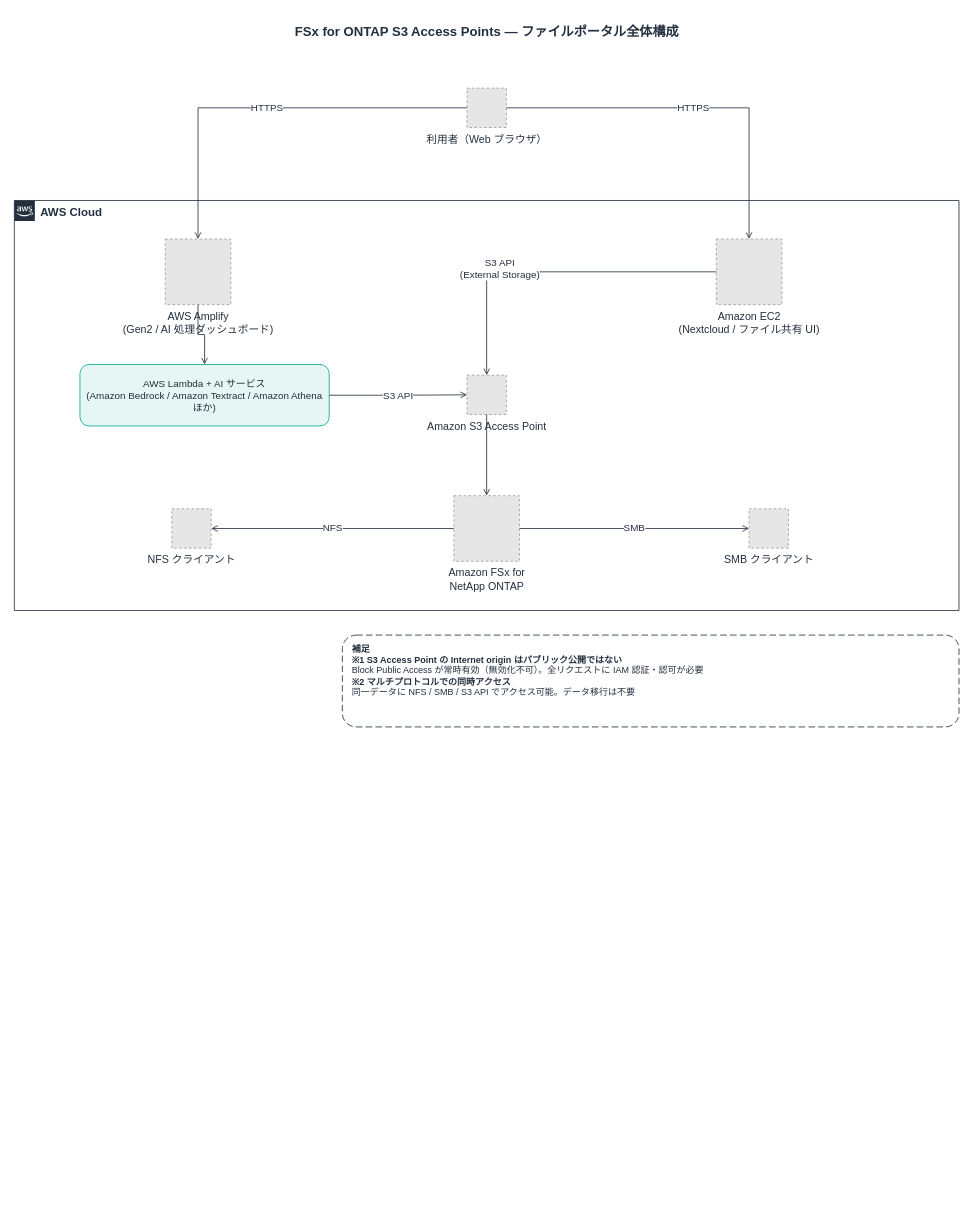
The draw.io diagram docs/diagrams/architecture-overview.drawio in Yoshiki0705/FSx-for-ONTAP-S3AccessPoints-Serverless-Patterns, before the edit. Source tidied: cells renumbered, new cells numbered last; positions are measured from the earlier drawing's top-left corner, leaving out a move shared by most shapes. Both pictures are drawn from the tidied source at 82%, with x=0, y=0 at pixel (14, 14). Pictures stored in the file or linked from it are replaced by grey dashed boxes.
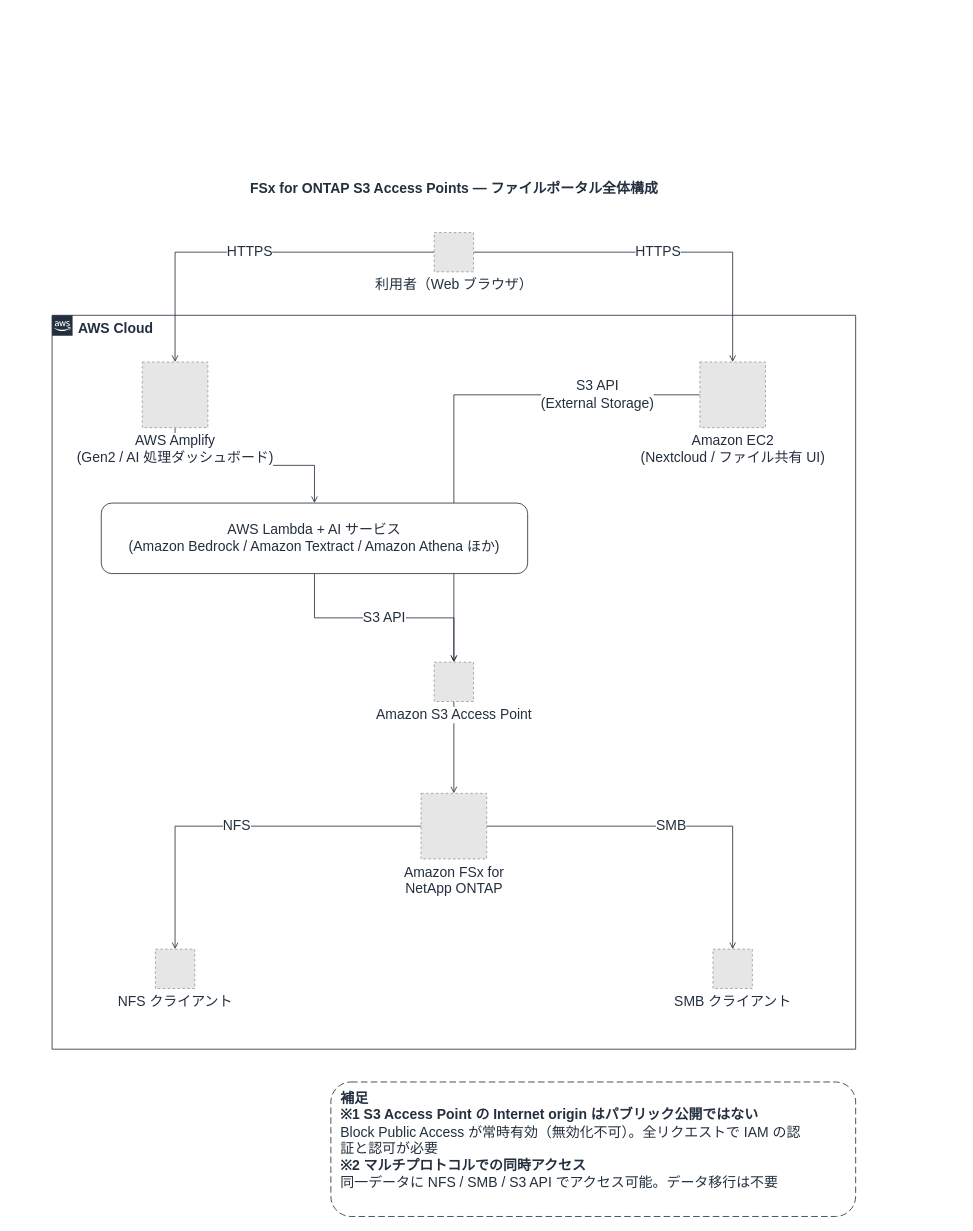
The same page after the edit.

The edit, as a diff of the source:
```diff
@@
-    <mxCell id="2" value="FSx for ONTAP S3 Access Points — ファイルポータル全体構成" style="text;html=1;align=center;verticalAlign=middle;fontSize=16;fontStyle=1;fontColor=#232F3E;" parent="1" vertex="1">
-      <mxGeometry width="1152" height="42" as="geometry" />
+    <mxCell id="2" value="FSx for ONTAP S3 Access Points — ファイルポータル全体構成" style="text;html=1;align=center;verticalAlign=middle;fontSize=17;fontStyle=1;fontColor=#232F3E;" parent="1" vertex="1">
+      <mxGeometry x="46" y="196" width="980" height="34" as="geometry" />
     </mxCell>
-    <mxCell id="3" value="利用者（Web ブラウザ）" style="fillColor=#E6E6E6;strokeColor=#999999;dashed=1;html=1;verticalLabelPosition=bottom;verticalAlign=top;labelPosition=center;align=center;fontSize=13;fontColor=#232F3E;" parent="1" vertex="1">
-      <mxGeometry x="552" y="90" width="48" height="48" as="geometry" />
-    </mxCell>
-    <mxCell id="4" value="AWS Cloud" style="gradientColor=none;html=1;whiteSpace=wrap;fontSize=14;fontStyle=1;shape=mxgraph.aws4.group;grIcon=mxgraph.aws4.group_aws_cloud_alt;strokeColor=#232F3E;fillColor=none;verticalAlign=top;align=left;spacingLeft=30;fontColor=#232F3E;dashed=0;" parent="1" vertex="1">
-      <mxGeometry y="227" width="1152" height="500" as="geometry" />
+    <mxCell id="4" value="AWS Cloud" style="gradientColor=none;html=1;whiteSpace=wrap;fontSize=17;fontStyle=1;shape=mxgraph.aws4.group;grIcon=mxgraph.aws4.group_aws_cloud_alt;strokeColor=#232F3E;fillColor=none;verticalAlign=top;align=left;spacingLeft=30;fontColor=#232F3E;dashed=0;" parent="1" vertex="1">
+      <mxGeometry x="46" y="367" width="980" height="895" as="geometry" />
     </mxCell>
-    <mxCell id="5" value="AWS Amplify&#10;(Gen2 / AI 処理ダッシュボード)" style="fillColor=#E6E6E6;strokeColor=#999999;dashed=1;html=1;verticalLabelPosition=bottom;verticalAlign=top;labelPosition=center;align=center;fontSize=13;fontColor=#232F3E;" parent="1" vertex="1">
-      <mxGeometry x="184" y="274" width="80" height="80" as="geometry" />
-    </mxCell>
-    <mxCell id="6" value="Amazon EC2&#10;(Nextcloud / ファイル共有 UI)" style="fillColor=#E6E6E6;strokeColor=#999999;dashed=1;html=1;verticalLabelPosition=bottom;verticalAlign=top;labelPosition=center;align=center;fontSize=13;fontColor=#232F3E;" parent="1" vertex="1">
-      <mxGeometry x="856" y="274" width="80" height="80" as="geometry" />
-    </mxCell>
-    <mxCell id="7" value="AWS Lambda + AI サービス&#10;(Amazon Bedrock / Amazon Textract / Amazon Athena ほか)" style="rounded=1;whiteSpace=wrap;html=1;fillColor=#E6F6F4;strokeColor=#01A88D;dashed=0;fontSize=12;fontColor=#232F3E;verticalAlign=middle;align=center;" parent="1" vertex="1">
-      <mxGeometry x="80" y="427" width="304" height="75" as="geometry" />
-    </mxCell>
-    <mxCell id="8" value="Amazon S3 Access Point" style="fillColor=#E6E6E6;strokeColor=#999999;dashed=1;html=1;verticalLabelPosition=bottom;verticalAlign=top;labelPosition=center;align=center;fontSize=13;fontColor=#232F3E;" parent="1" vertex="1">
-      <mxGeometry x="552" y="440" width="48" height="48" as="geometry" />
-    </mxCell>
-    <mxCell id="9" value="Amazon FSx for&#10;NetApp ONTAP" style="fillColor=#E6E6E6;strokeColor=#999999;dashed=1;html=1;verticalLabelPosition=bottom;verticalAlign=top;labelPosition=center;align=center;fontSize=13;fontColor=#232F3E;" parent="1" vertex="1">
-      <mxGeometry x="536" y="587" width="80" height="80" as="geometry" />
-    </mxCell>
-    <mxCell id="10" value="NFS クライアント" style="fillColor=#E6E6E6;strokeColor=#999999;dashed=1;html=1;verticalLabelPosition=bottom;verticalAlign=top;labelPosition=center;align=center;fontSize=13;fontColor=#232F3E;" parent="1" vertex="1">
-      <mxGeometry x="192" y="603" width="48" height="48" as="geometry" />
-    </mxCell>
-    <mxCell id="11" value="SMB クライアント" style="fillColor=#E6E6E6;strokeColor=#999999;dashed=1;html=1;verticalLabelPosition=bottom;verticalAlign=top;labelPosition=center;align=center;fontSize=13;fontColor=#232F3E;" parent="1" vertex="1">
-      <mxGeometry x="896" y="603" width="48" height="48" as="geometry" />
-    </mxCell>
-    <mxCell id="12" value="HTTPS" style="edgeStyle=orthogonalEdgeStyle;rounded=0;jettySize=auto;html=1;endArrow=open;endFill=0;strokeColor=#232F3E;strokeWidth=1;fontSize=12;fontColor=#232F3E;labelBackgroundColor=#ffffff;" parent="1" edge="1" source="3" target="5">
+    <mxCell id="12" value="HTTPS" style="edgeStyle=orthogonalEdgeStyle;rounded=0;jettySize=auto;html=1;endArrow=open;endFill=0;strokeColor=#232F3E;strokeWidth=1;fontSize=17;fontColor=#232F3E;labelBackgroundColor=#ffffff;" parent="1" edge="1" source="3" target="5">
       <mxGeometry relative="1" as="geometry" />
     </mxCell>
-    <mxCell id="13" value="HTTPS" style="edgeStyle=orthogonalEdgeStyle;rounded=0;jettySize=auto;html=1;endArrow=open;endFill=0;strokeColor=#232F3E;strokeWidth=1;fontSize=12;fontColor=#232F3E;labelBackgroundColor=#ffffff;" parent="1" edge="1" source="3" target="6">
+    <mxCell id="13" value="HTTPS" style="edgeStyle=orthogonalEdgeStyle;rounded=0;jettySize=auto;html=1;endArrow=open;endFill=0;strokeColor=#232F3E;strokeWidth=1;fontSize=17;fontColor=#232F3E;labelBackgroundColor=#ffffff;" parent="1" edge="1" source="3" target="6">
       <mxGeometry relative="1" as="geometry" />
     </mxCell>
-    <mxCell id="14" style="edgeStyle=orthogonalEdgeStyle;rounded=0;jettySize=auto;html=1;endArrow=open;endFill=0;strokeColor=#232F3E;strokeWidth=1;fontSize=12;fontColor=#232F3E;labelBackgroundColor=#ffffff;" parent="1" edge="1" source="5" target="7">
+    <mxCell id="14" style="edgeStyle=orthogonalEdgeStyle;rounded=0;jettySize=auto;html=1;endArrow=open;endFill=0;strokeColor=#232F3E;strokeWidth=1;fontSize=17;fontColor=#232F3E;labelBackgroundColor=#ffffff;" parent="1" edge="1" source="5" target="7">
       <mxGeometry relative="1" as="geometry" />
     </mxCell>
-    <mxCell id="15" value="S3 API" style="edgeStyle=orthogonalEdgeStyle;rounded=0;jettySize=auto;html=1;endArrow=open;endFill=0;strokeColor=#232F3E;strokeWidth=1;fontSize=12;fontColor=#232F3E;labelBackgroundColor=#ffffff;" parent="1" edge="1" source="7" target="8">
+    <mxCell id="15" value="S3 API" style="edgeStyle=orthogonalEdgeStyle;rounded=0;jettySize=auto;html=1;endArrow=open;endFill=0;strokeColor=#232F3E;strokeWidth=1;fontSize=17;fontColor=#232F3E;labelBackgroundColor=#ffffff;" parent="1" edge="1" source="7" target="8">
       <mxGeometry relative="1" as="geometry" />
     </mxCell>
-    <mxCell id="16" value="S3 API&#10;(External Storage)" style="edgeStyle=orthogonalEdgeStyle;rounded=0;jettySize=auto;html=1;endArrow=open;endFill=0;strokeColor=#232F3E;strokeWidth=1;fontSize=12;fontColor=#232F3E;labelBackgroundColor=#ffffff;" parent="1" edge="1" source="6" target="8">
-      <mxGeometry x="0.3" relative="1" as="geometry">
-        <mxPoint y="-4" as="offset" />
-      </mxGeometry>
+    <mxCell id="16" value="S3 API&lt;br&gt;(External Storage)" style="edgeStyle=orthogonalEdgeStyle;rounded=0;jettySize=auto;html=1;endArrow=open;endFill=0;strokeColor=#232F3E;strokeWidth=1;fontSize=17;fontColor=#232F3E;labelBackgroundColor=#ffffff;" parent="1" edge="1" source="6" target="8">
+      <mxGeometry x="-0.6" relative="1" as="geometry" />
     </mxCell>
-    <mxCell id="17" style="edgeStyle=orthogonalEdgeStyle;rounded=0;jettySize=auto;html=1;endArrow=open;endFill=0;strokeColor=#232F3E;strokeWidth=1;fontSize=12;fontColor=#232F3E;labelBackgroundColor=#ffffff;" parent="1" edge="1" source="8" target="9">
+    <mxCell id="17" style="edgeStyle=orthogonalEdgeStyle;rounded=0;jettySize=auto;html=1;endArrow=open;endFill=0;strokeColor=#232F3E;strokeWidth=1;fontSize=17;fontColor=#232F3E;labelBackgroundColor=#ffffff;" parent="1" edge="1" source="8" target="9">
       <mxGeometry relative="1" as="geometry" />
     </mxCell>
-    <mxCell id="18" value="NFS" style="edgeStyle=orthogonalEdgeStyle;rounded=0;jettySize=auto;html=1;endArrow=open;endFill=0;strokeColor=#232F3E;strokeWidth=1;fontSize=12;fontColor=#232F3E;labelBackgroundColor=#ffffff;" parent="1" edge="1" source="9" target="10">
+    <mxCell id="18" value="NFS" style="edgeStyle=orthogonalEdgeStyle;rounded=0;jettySize=auto;html=1;endArrow=open;endFill=0;strokeColor=#232F3E;strokeWidth=1;fontSize=17;fontColor=#232F3E;labelBackgroundColor=#ffffff;" parent="1" edge="1" source="9" target="10">
       <mxGeometry relative="1" as="geometry" />
     </mxCell>
-    <mxCell id="19" value="SMB" style="edgeStyle=orthogonalEdgeStyle;rounded=0;jettySize=auto;html=1;endArrow=open;endFill=0;strokeColor=#232F3E;strokeWidth=1;fontSize=12;fontColor=#232F3E;labelBackgroundColor=#ffffff;" parent="1" edge="1" source="9" target="11">
+    <mxCell id="19" value="SMB" style="edgeStyle=orthogonalEdgeStyle;rounded=0;jettySize=auto;html=1;endArrow=open;endFill=0;strokeColor=#232F3E;strokeWidth=1;fontSize=17;fontColor=#232F3E;labelBackgroundColor=#ffffff;" parent="1" edge="1" source="9" target="11">
       <mxGeometry relative="1" as="geometry" />
     </mxCell>
-    <mxCell id="20" value="&lt;b&gt;補足&lt;/b&gt;&lt;br&gt;&lt;b&gt;※1 S3 Access Point の Internet origin はパブリック公開ではない&lt;/b&gt;&lt;br&gt;Block Public Access が常時有効（無効化不可）。全リクエストに IAM 認証・認可が必要&lt;br&gt;&lt;b&gt;※2 マルチプロトコルでの同時アクセス&lt;/b&gt;&lt;br&gt;同一データに NFS / SMB / S3 API でアクセス可能。データ移行は不要" style="rounded=1;whiteSpace=wrap;html=1;dashed=1;dashPattern=8 4;strokeColor=#232F3E;fillColor=#FFFFFF;align=left;verticalAlign=top;spacingLeft=10;spacingTop=4;fontSize=11;fontColor=#232F3E;" parent="1" vertex="1">
-      <mxGeometry x="400" y="757" width="752" height="112" as="geometry" />
-    </mxCell>
+    <mxCell id="3" value="利用者（Web ブラウザ）" style="fillColor=#E6E6E6;strokeColor=#999999;dashed=1;html=1;verticalLabelPosition=bottom;verticalAlign=top;labelPosition=center;align=center;fontSize=17;fontColor=#232F3E;labelBackgroundColor=#FFFFFF;" parent="1" vertex="1">
+      <mxGeometry x="512" y="266" width="48" height="48" as="geometry" />
+    </mxCell>
+    <mxCell id="5" value="AWS Amplify&lt;br&gt;(Gen2 / AI 処理ダッシュボード)" style="fillColor=#E6E6E6;strokeColor=#999999;dashed=1;html=1;verticalLabelPosition=bottom;verticalAlign=top;labelPosition=center;align=center;fontSize=17;fontColor=#232F3E;labelBackgroundColor=#FFFFFF;" parent="1" vertex="1">
+      <mxGeometry x="156" y="424" width="80" height="80" as="geometry" />
+    </mxCell>
+    <mxCell id="6" value="Amazon EC2&lt;br&gt;(Nextcloud / ファイル共有 UI)" style="fillColor=#E6E6E6;strokeColor=#999999;dashed=1;html=1;verticalLabelPosition=bottom;verticalAlign=top;labelPosition=center;align=center;fontSize=17;fontColor=#232F3E;labelBackgroundColor=#FFFFFF;" parent="1" vertex="1">
+      <mxGeometry x="836" y="424" width="80" height="80" as="geometry" />
+    </mxCell>
+    <mxCell id="7" value="AWS Lambda + AI サービス&lt;br&gt;(Amazon Bedrock / Amazon Textract / Amazon Athena ほか)" style="rounded=1;whiteSpace=wrap;html=1;dashed=0;strokeColor=#232F3E;fillColor=#FFFFFF;align=center;verticalAlign=middle;fontSize=17;fontColor=#232F3E;" parent="1" vertex="1">
+      <mxGeometry x="106" y="596" width="520" height="86" as="geometry" />
+    </mxCell>
+    <mxCell id="8" value="Amazon S3 Access Point" style="fillColor=#E6E6E6;strokeColor=#999999;dashed=1;html=1;verticalLabelPosition=bottom;verticalAlign=top;labelPosition=center;align=center;fontSize=17;fontColor=#232F3E;labelBackgroundColor=#FFFFFF;" parent="1" vertex="1">
+      <mxGeometry x="512" y="790" width="48" height="48" as="geometry" />
+    </mxCell>
+    <mxCell id="9" value="Amazon FSx for&lt;br&gt;NetApp ONTAP" style="fillColor=#E6E6E6;strokeColor=#999999;dashed=1;html=1;verticalLabelPosition=bottom;verticalAlign=top;labelPosition=center;align=center;fontSize=17;fontColor=#232F3E;labelBackgroundColor=#FFFFFF;" parent="1" vertex="1">
+      <mxGeometry x="496" y="950" width="80" height="80" as="geometry" />
+    </mxCell>
+    <mxCell id="10" value="NFS クライアント" style="fillColor=#E6E6E6;strokeColor=#999999;dashed=1;html=1;verticalLabelPosition=bottom;verticalAlign=top;labelPosition=center;align=center;fontSize=17;fontColor=#232F3E;labelBackgroundColor=#FFFFFF;" parent="1" vertex="1">
+      <mxGeometry x="172" y="1140" width="48" height="48" as="geometry" />
+    </mxCell>
+    <mxCell id="11" value="SMB クライアント" style="fillColor=#E6E6E6;strokeColor=#999999;dashed=1;html=1;verticalLabelPosition=bottom;verticalAlign=top;labelPosition=center;align=center;fontSize=17;fontColor=#232F3E;labelBackgroundColor=#FFFFFF;" parent="1" vertex="1">
+      <mxGeometry x="852" y="1140" width="48" height="48" as="geometry" />
+    </mxCell>
+    <mxCell id="21" value="&lt;b&gt;補足&lt;/b&gt;&lt;br&gt;&lt;b&gt;※1 S3 Access Point の Internet origin はパブリック公開ではない&lt;/b&gt;&lt;br&gt;Block Public Access が常時有効（無効化不可）。全リクエストで IAM の認&lt;br&gt;証と認可が必要&lt;br&gt;&lt;b&gt;※2 マルチプロトコルでの同時アクセス&lt;/b&gt;&lt;br&gt;同一データに NFS / SMB / S3 API でアクセス可能。データ移行は不要" style="rounded=1;whiteSpace=wrap;html=1;dashed=1;dashPattern=8 4;strokeColor=#232F3E;fillColor=#FFFFFF;align=left;verticalAlign=top;spacingLeft=10;spacingTop=4;fontSize=17;fontColor=#232F3E;" parent="1" vertex="1">
+      <mxGeometry x="386" y="1302" width="640" height="164" as="geometry" />
+    </mxCell>
```
